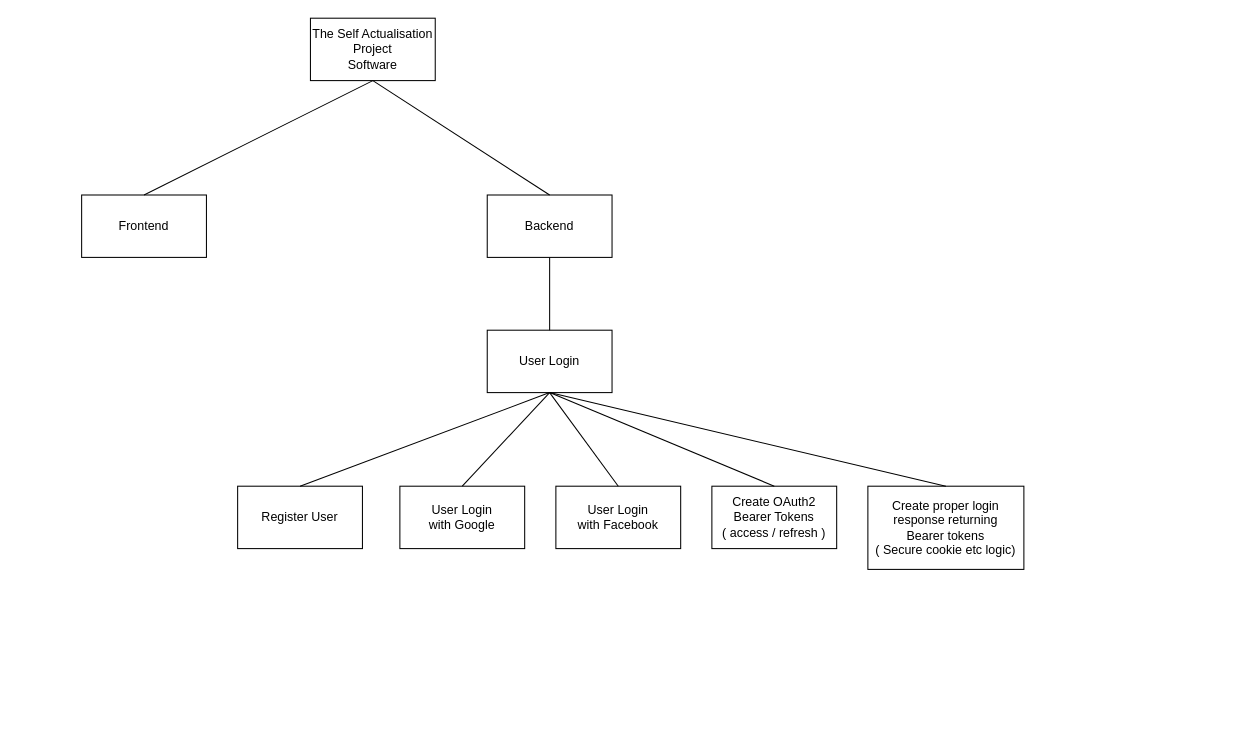
The draw.io diagram documentation/software/images/the-self-actualization-project-software.drawio in andres81/The-Self-Actualization-Project, before the edit. Source tidied: cells renumbered, new cells numbered last; positions are measured from the earlier drawing's top-left corner, leaving out a move shared by most shapes. Both pictures are drawn from the tidied source at 104%, with x=0, y=0 at pixel (81, 18).
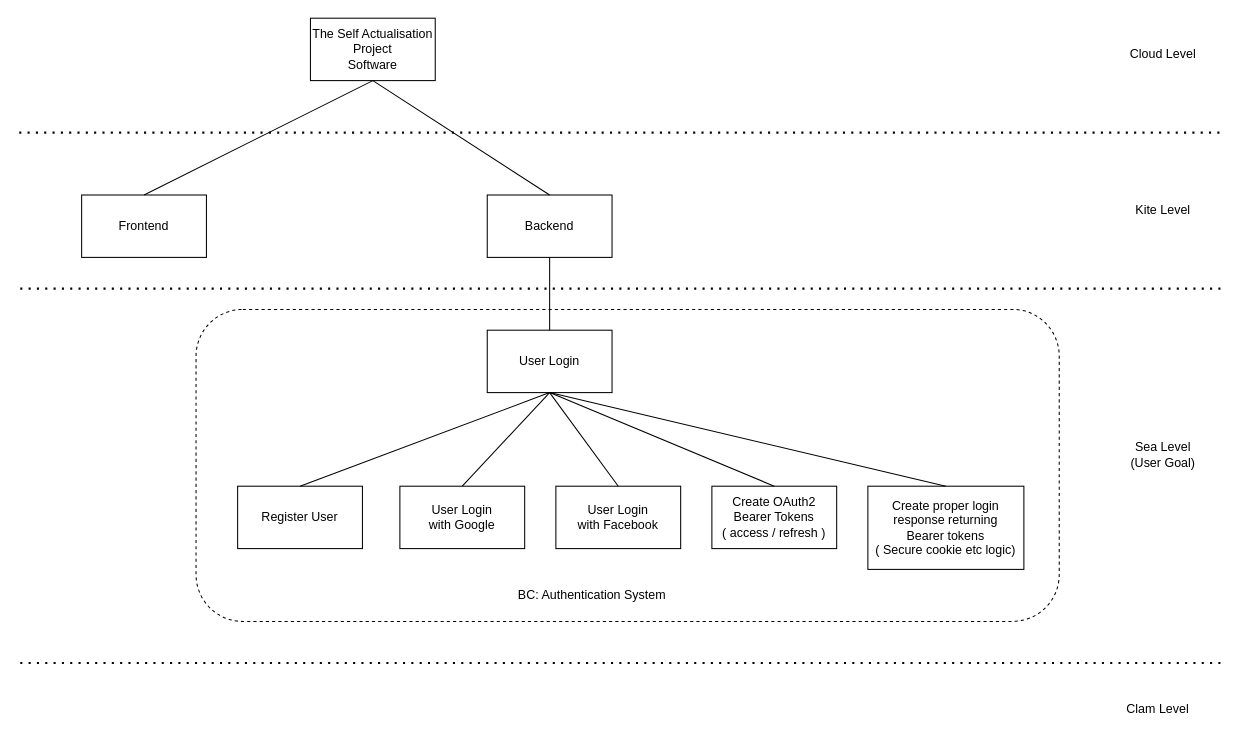
The same page after the edit.

Commit message (it also covers changes not shown here):
Added Use Case Goal Levels a la Alistair Cockburn (Pronounced: cooburn)

Diff of the diagram source:
```diff
@@
+    <mxCell id="19" style="rounded=1;whiteSpace=wrap;html=1;dashed=1;" parent="1" vertex="1">
+      <mxGeometry x="110" y="280" width="830" height="300" as="geometry" />
+    </mxCell>
@@
+    <mxCell id="20" value="BC: Authentication System" style="text;html=1;align=center;verticalAlign=middle;whiteSpace=wrap;rounded=0;fontColor=light-dark(#000000,#00CC00);" parent="1" vertex="1">
+      <mxGeometry x="406" y="540" width="170" height="30" as="geometry" />
+    </mxCell>
+    <mxCell id="21" style="endArrow=none;dashed=1;html=1;dashPattern=1 3;strokeWidth=2;rounded=0;" parent="1" edge="1">
+      <mxGeometry relative="1" as="geometry">
+        <mxPoint x="-60" y="110" as="sourcePoint" />
+        <mxPoint x="1100" y="110" as="targetPoint" />
+      </mxGeometry>
+    </mxCell>
+    <mxCell id="22" style="endArrow=none;dashed=1;html=1;dashPattern=1 3;strokeWidth=2;rounded=0;" parent="1" edge="1">
+      <mxGeometry relative="1" as="geometry">
+        <mxPoint x="-59" y="620" as="sourcePoint" />
+        <mxPoint x="1101" y="620" as="targetPoint" />
+      </mxGeometry>
+    </mxCell>
+    <mxCell id="23" style="endArrow=none;dashed=1;html=1;dashPattern=1 3;strokeWidth=2;rounded=0;" parent="1" edge="1">
+      <mxGeometry relative="1" as="geometry">
+        <mxPoint x="-59" y="260" as="sourcePoint" />
+        <mxPoint x="1101" y="260" as="targetPoint" />
+      </mxGeometry>
+    </mxCell>
+    <mxCell id="24" value="Cloud Level" style="text;html=1;align=center;verticalAlign=middle;whiteSpace=wrap;rounded=0;" parent="1" vertex="1">
+      <mxGeometry x="990" y="20" width="100" height="30" as="geometry" />
+    </mxCell>
+    <mxCell id="25" value="Clam Level" style="text;html=1;align=center;verticalAlign=middle;whiteSpace=wrap;rounded=0;fontStyle=0;" parent="1" vertex="1">
+      <mxGeometry x="1000" y="650" width="70" height="30" as="geometry" />
+    </mxCell>
+    <mxCell id="26" value="Kite Level" style="text;html=1;align=center;verticalAlign=middle;whiteSpace=wrap;rounded=0;" parent="1" vertex="1">
+      <mxGeometry x="1010" y="170" width="60" height="30" as="geometry" />
+    </mxCell>
+    <mxCell id="27" value="Sea Level&lt;div&gt;(User Goal)&lt;/div&gt;" style="text;html=1;align=center;verticalAlign=middle;whiteSpace=wrap;rounded=0;" parent="1" vertex="1">
+      <mxGeometry x="1000" y="405" width="80" height="30" as="geometry" />
+    </mxCell>
```
